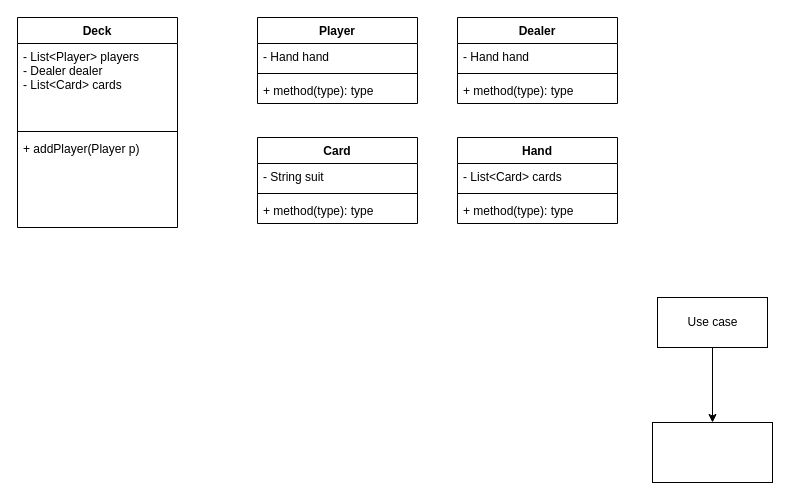
Before: BlackJack.drawio in ziwang0411/Draw.io-Repo, a draw.io diagram. Source tidied: cells renumbered, new cells numbered last; positions are measured from the earlier drawing's top-left corner, leaving out a move shared by most shapes. Both pictures are drawn from the tidied source at 100%, with x=0, y=0 at pixel (17, 17).
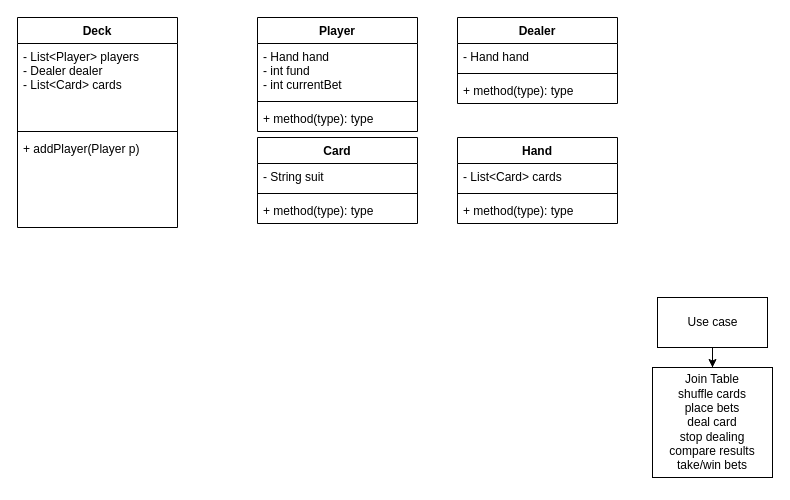
Above is the later version.

Change to the diagram source:
```diff
@@
     <mxCell id="6" value="Player" style="swimlane;fontStyle=1;align=center;verticalAlign=top;horizontal=1;startSize=26;" parent="1" vertex="1">
-      <mxGeometry x="240" width="160" height="86" as="geometry" />
+      <mxGeometry x="240" width="160" height="114" as="geometry" />
     </mxCell>
-    <mxCell id="7" value="- Hand hand" style="text;strokeColor=none;fillColor=none;align=left;verticalAlign=top;spacingLeft=4;spacingRight=4;overflow=hidden;" parent="6" vertex="1">
-      <mxGeometry y="26" width="160" height="26" as="geometry" />
+    <mxCell id="7" value="- Hand hand&#10;- int fund&#10;- int currentBet" style="text;strokeColor=none;fillColor=none;align=left;verticalAlign=top;spacingLeft=4;spacingRight=4;overflow=hidden;" parent="6" vertex="1">
+      <mxGeometry y="26" width="160" height="54" as="geometry" />
     </mxCell>
     <mxCell id="8" style="line;strokeWidth=1;fillColor=none;align=left;verticalAlign=middle;spacingTop=-1;spacingLeft=3;spacingRight=3;labelPosition=right;" parent="6" vertex="1">
-      <mxGeometry y="52" width="160" height="8" as="geometry" />
+      <mxGeometry y="80" width="160" height="8" as="geometry" />
     </mxCell>
     <mxCell id="9" value="+ method(type): type" style="text;strokeColor=none;fillColor=none;align=left;verticalAlign=top;spacingLeft=4;spacingRight=4;overflow=hidden;" parent="6" vertex="1">
-      <mxGeometry y="60" width="160" height="26" as="geometry" />
+      <mxGeometry y="88" width="160" height="26" as="geometry" />
     </mxCell>
@@
-    <mxCell id="24" style="whiteSpace=wrap;html=1;" parent="1" vertex="1">
-      <mxGeometry x="635" y="405" width="120" height="60" as="geometry" />
+    <mxCell id="24" value="Join Table&lt;br&gt;shuffle cards&lt;br&gt;place bets&lt;br&gt;deal card&lt;br&gt;stop dealing&lt;br&gt;compare results&lt;br&gt;take/win bets" style="whiteSpace=wrap;html=1;" parent="1" vertex="1">
+      <mxGeometry x="635" y="350" width="120" height="110" as="geometry" />
     </mxCell>
```
